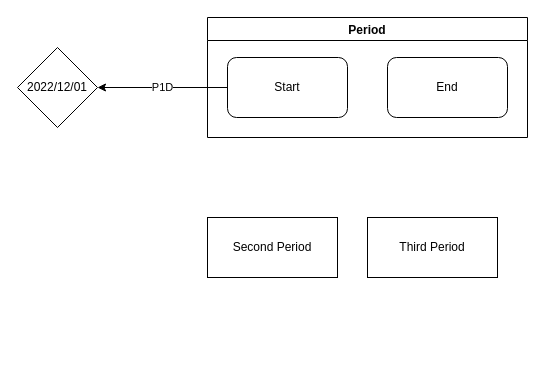
Nasdanika/html keeps this draw.io diagram as page "Page-1" (1 of 2) of model/app.gen/test-semantic-mapping/semantic-mapping.drawio. Above is the earlier version. Source tidied: cells renumbered, new cells numbered last; positions are measured from the earlier drawing's top-left corner, leaving out a move shared by most shapes. Both pictures are drawn from the tidied source at 100%, with x=0, y=0 at pixel (17, 17).
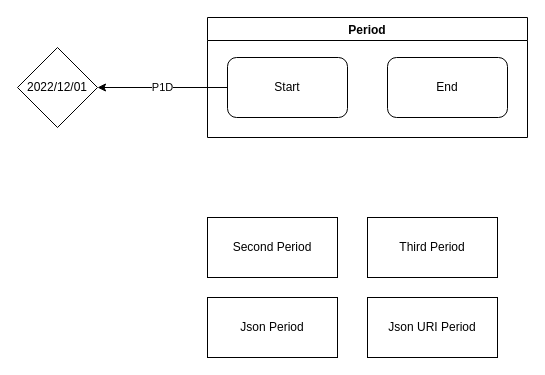
Above is the later version.

Diff of the diagram source:
```diff
@@
 <mxGraphModel>
   <root>
     <mxCell id="0" />
     <mxCell id="1" parent="0" />
     <mxCell id="2" value="Period" style="swimlane;" parent="1" vertex="1">
       <mxGeometry x="190" width="320" height="120" as="geometry" />
     </mxCell>
     <mxCell id="3" value="Start" style="rounded=1;whiteSpace=wrap;html=1;" parent="2" vertex="1">
       <mxGeometry x="20" y="40" width="120" height="60" as="geometry" />
     </mxCell>
     <mxCell id="4" value="End" style="rounded=1;whiteSpace=wrap;html=1;" parent="2" vertex="1">
       <mxGeometry x="180" y="40" width="120" height="60" as="geometry" />
     </mxCell>
     <mxCell id="5" value="2022/12/01" style="rhombus;whiteSpace=wrap;html=1;" parent="1" vertex="1">
       <mxGeometry y="30" width="80" height="80" as="geometry" />
     </mxCell>
     <mxCell id="6" value="P1D" style="edgeStyle=orthogonalEdgeStyle;rounded=0;jettySize=auto;html=1;" parent="1" edge="1" source="3" target="5">
       <mxGeometry relative="1" as="geometry" />
     </mxCell>
     <mxCell id="7" value="Second Period" style="rounded=0;whiteSpace=wrap;html=1;" parent="1" vertex="1">
       <mxGeometry x="190" y="200" width="130" height="60" as="geometry" />
     </mxCell>
     <mxCell id="8" value="Third Period" style="rounded=0;whiteSpace=wrap;html=1;" parent="1" vertex="1">
       <mxGeometry x="350" y="200" width="130" height="60" as="geometry" />
     </mxCell>
+    <mxCell id="9" value="Json Period" style="rounded=0;whiteSpace=wrap;html=1;" parent="1" vertex="1">
+      <mxGeometry x="190" y="280" width="130" height="60" as="geometry" />
+    </mxCell>
+    <mxCell id="10" value="Json URI Period" style="rounded=0;whiteSpace=wrap;html=1;" parent="1" vertex="1">
+      <mxGeometry x="350" y="280" width="130" height="60" as="geometry" />
+    </mxCell>
   </root>
 </mxGraphModel>
```
